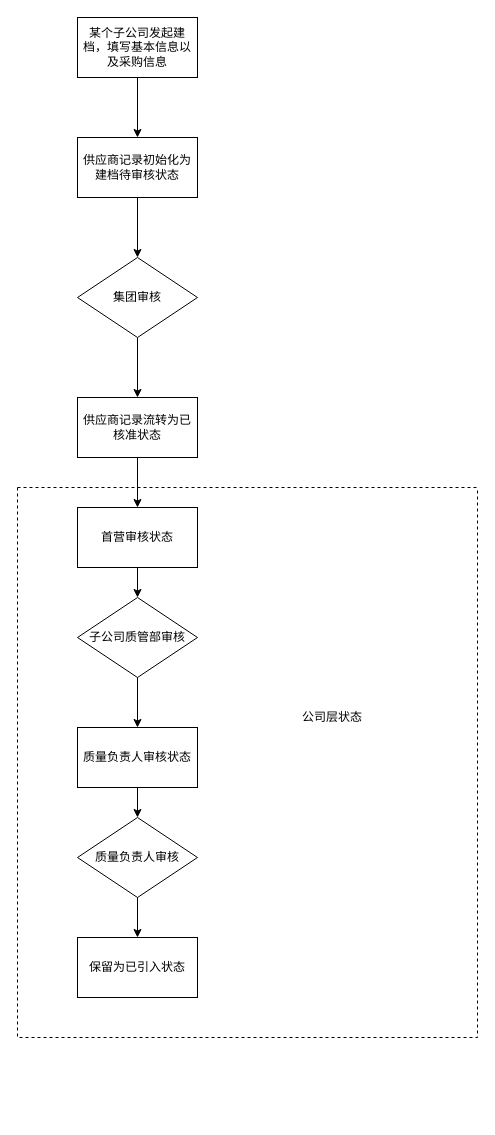
Before: gitskills/供应商所有审核流程.drawio in benbenbo/learngit, a draw.io diagram. Source tidied: cells renumbered, new cells numbered last; positions are measured from the earlier drawing's top-left corner, leaving out a move shared by most shapes. Both pictures are drawn from the tidied source at 100%, with x=0, y=0 at pixel (17, 17).
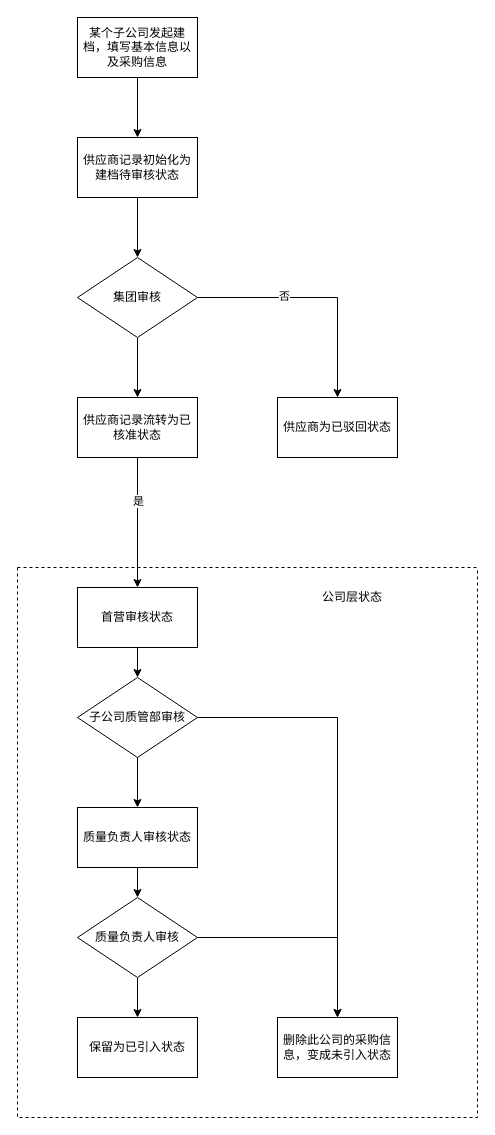
Above is the later version.

Commit message (it also covers changes not shown here):
Update 供应商所有审核流程.drawio

Unchanged cells that the change refers to:
```xml
<mxCell id="7" value="集团审核" style="rhombus;whiteSpace=wrap;html=1;" parent="1" vertex="1">
  <mxGeometry x="60" y="240" width="120" height="80" as="geometry" />
</mxCell>
<mxCell id="8" style="edgeStyle=orthogonalEdgeStyle;rounded=0;jettySize=auto;html=1;" parent="1" edge="1" source="9" target="16">
  <mxGeometry relative="1" as="geometry" />
</mxCell>
<mxCell id="12" value="子公司质管部审核" style="rhombus;whiteSpace=wrap;html=1;fillColor=none;" parent="10" vertex="1">
  <mxGeometry x="60" y="110" width="120" height="80" as="geometry" />
</mxCell>
<mxCell id="18" value="质量负责人审核" style="rhombus;whiteSpace=wrap;html=1;fillColor=none;gradientColor=none;" parent="10" vertex="1">
  <mxGeometry x="60" y="330" width="120" height="80" as="geometry" />
</mxCell>
```

Diff of the diagram source:
```diff
@@
+    <mxCell id="21" style="edgeStyle=orthogonalEdgeStyle;rounded=0;jettySize=auto;html=1;entryX=0.5;entryY=0;entryDx=0;entryDy=0;" parent="1" edge="1" source="7" target="27">
+      <mxGeometry relative="1" as="geometry" />
+    </mxCell>
+    <mxCell id="22" value="否" style="edgeLabel;html=1;align=center;verticalAlign=middle;" parent="21" vertex="1">
+      <mxGeometry x="-0.28" y="2" relative="1" as="geometry" />
+    </mxCell>
@@
+    <mxCell id="23" value="是" style="edgeLabel;html=1;align=center;verticalAlign=middle;" parent="8" vertex="1">
+      <mxGeometry x="-0.34" relative="1" as="geometry" />
+    </mxCell>
@@
     <mxCell id="10" style="swimlane;startSize=0;dashed=1;fillColor=none;gradientColor=none;" parent="1" vertex="1">
-      <mxGeometry y="470" width="460" height="550" as="geometry" />
+      <mxGeometry y="550" width="460" height="550" as="geometry" />
     </mxCell>
@@
+    <mxCell id="24" style="edgeStyle=orthogonalEdgeStyle;rounded=0;jettySize=auto;html=1;entryX=0.5;entryY=0;entryDx=0;entryDy=0;" parent="10" edge="1" source="12" target="26">
+      <mxGeometry relative="1" as="geometry" />
+    </mxCell>
@@
+    <mxCell id="25" style="edgeStyle=orthogonalEdgeStyle;rounded=0;jettySize=auto;html=1;entryX=0.5;entryY=0;entryDx=0;entryDy=0;" parent="10" edge="1" source="18" target="26">
+      <mxGeometry relative="1" as="geometry" />
+    </mxCell>
@@
+    <mxCell id="26" value="删除此公司的采购信息，变成未引入状态" style="rounded=0;whiteSpace=wrap;html=1;fillColor=none;gradientColor=none;" parent="10" vertex="1">
+      <mxGeometry x="260" y="450" width="120" height="60" as="geometry" />
+    </mxCell>
-    <mxCell id="20" value="公司层状态" style="text;html=1;strokeColor=none;fillColor=none;align=center;verticalAlign=middle;whiteSpace=wrap;rounded=0;" parent="1" vertex="1">
-      <mxGeometry x="230" y="690" width="170" height="20" as="geometry" />
+    <mxCell id="20" value="公司层状态" style="text;html=1;strokeColor=none;fillColor=none;align=center;verticalAlign=middle;whiteSpace=wrap;rounded=0;" parent="10" vertex="1">
+      <mxGeometry x="250" y="20" width="170" height="20" as="geometry" />
     </mxCell>
+    <mxCell id="27" value="供应商为已驳回状态" style="rounded=0;whiteSpace=wrap;html=1;fillColor=none;gradientColor=none;" parent="1" vertex="1">
+      <mxGeometry x="260" y="380" width="120" height="60" as="geometry" />
+    </mxCell>
```
